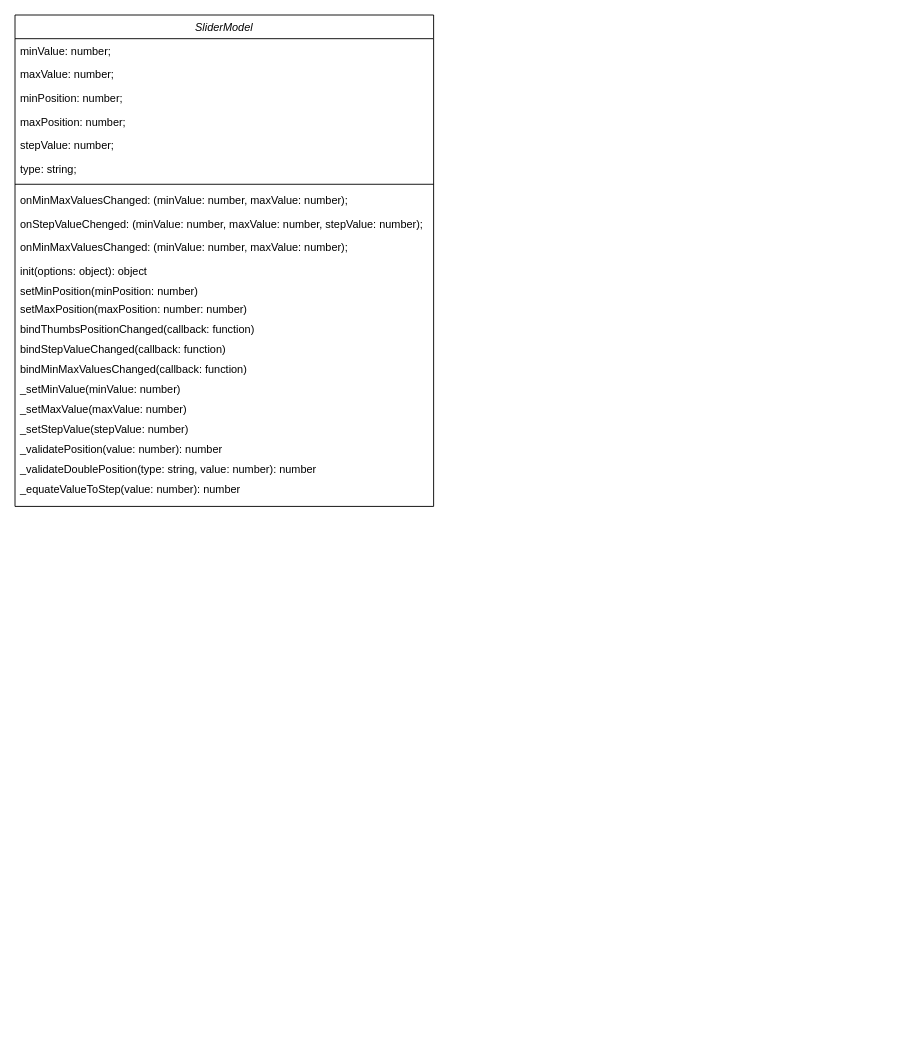
This is src/Uml.drawio from ZinMari/jq-range-slider, a draw.io file, before an edit. Source tidied: cells renumbered, new cells numbered last; positions are measured from the earlier drawing's top-left corner, leaving out a move shared by most shapes. Both pictures are drawn from the tidied source at 91%, with x=0, y=0 at pixel (15, 15).
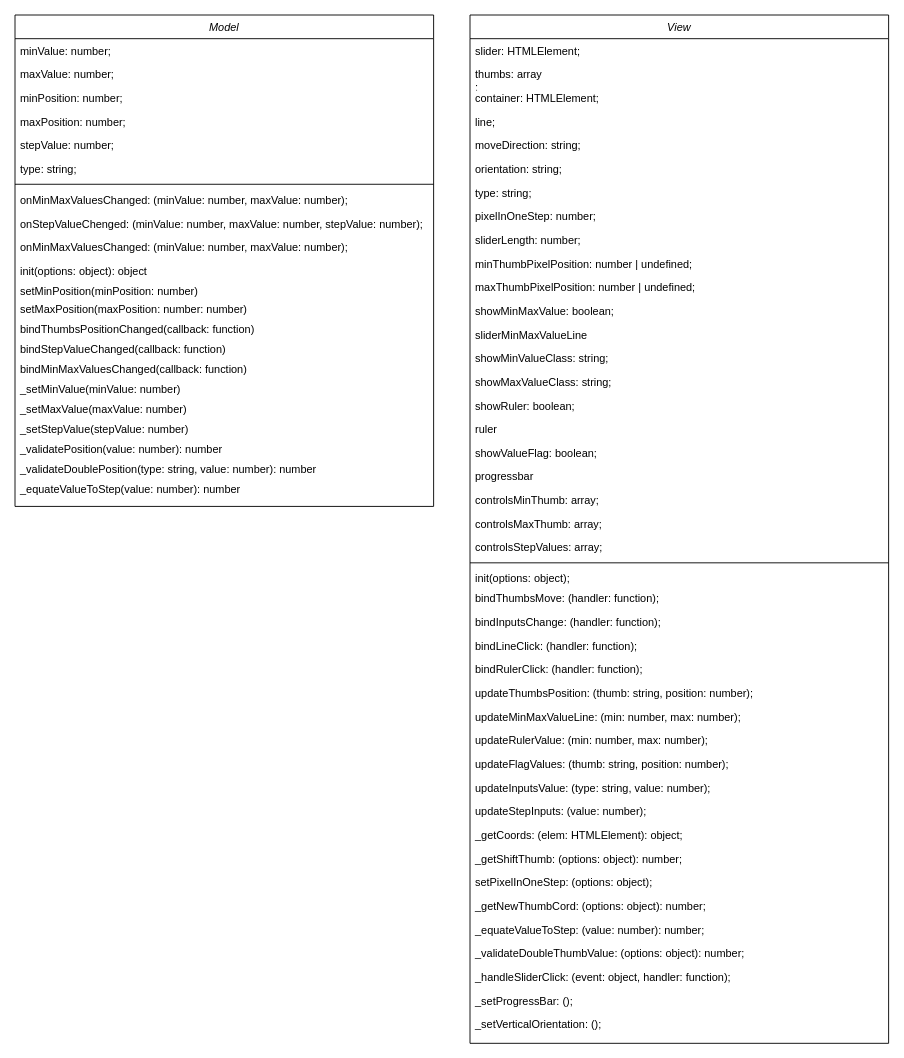
Above is the later version.

Commit message:
add View class to Uml

The edit, as a diff of the source:
```diff
@@
-    <mxCell id="2" value="SliderModel" style="swimlane;fontStyle=2;align=center;verticalAlign=top;horizontal=1;startSize=26;rounded=0;shadow=0;strokeWidth=1;" parent="1" vertex="1">
+    <mxCell id="2" value="Model" style="swimlane;fontStyle=2;align=center;verticalAlign=top;horizontal=1;startSize=26;rounded=0;shadow=0;strokeWidth=1;" parent="1" vertex="1">
       <mxGeometry width="460" height="540" as="geometry" />
     </mxCell>
@@
+    <mxCell id="25" value="View" style="swimlane;fontStyle=2;align=center;verticalAlign=top;horizontal=1;startSize=26;rounded=0;shadow=0;strokeWidth=1;" parent="1" vertex="1">
+      <mxGeometry x="500" width="460" height="1130" as="geometry" />
+    </mxCell>
+    <mxCell id="26" value="slider: HTMLElement;" style="text;align=left;verticalAlign=top;spacingLeft=4;spacingRight=4;overflow=hidden;rounded=0;shadow=0;html=0;" parent="25" vertex="1">
+      <mxGeometry y="26" width="460" height="26" as="geometry" />
+    </mxCell>
+    <mxCell id="27" value="thumbs: array&#10;;" style="text;align=left;verticalAlign=top;spacingLeft=4;spacingRight=4;overflow=hidden;rounded=0;shadow=0;html=0;" parent="25" vertex="1">
+      <mxGeometry y="52" width="460" height="26" as="geometry" />
+    </mxCell>
+    <mxCell id="28" value="container: HTMLElement;" style="text;align=left;verticalAlign=top;spacingLeft=4;spacingRight=4;overflow=hidden;" parent="25" vertex="1">
+      <mxGeometry y="78" width="460" height="26" as="geometry" />
+    </mxCell>
+    <mxCell id="29" value="line;" style="text;align=left;verticalAlign=top;spacingLeft=4;spacingRight=4;overflow=hidden;" parent="25" vertex="1">
+      <mxGeometry y="104" width="460" height="26" as="geometry" />
+    </mxCell>
+    <mxCell id="30" value="moveDirection: string;" style="text;align=left;verticalAlign=top;spacingLeft=4;spacingRight=4;overflow=hidden;rounded=0;shadow=0;html=0;" parent="25" vertex="1">
+      <mxGeometry y="130" width="460" height="26" as="geometry" />
+    </mxCell>
+    <mxCell id="31" value="orientation: string;" style="text;align=left;verticalAlign=top;spacingLeft=4;spacingRight=4;overflow=hidden;rounded=0;shadow=0;html=0;" parent="25" vertex="1">
+      <mxGeometry y="156" width="460" height="26" as="geometry" />
+    </mxCell>
+    <mxCell id="32" value="type: string;" style="text;align=left;verticalAlign=top;spacingLeft=4;spacingRight=4;overflow=hidden;rounded=0;shadow=0;html=0;" parent="25" vertex="1">
+      <mxGeometry y="182" width="460" height="26" as="geometry" />
+    </mxCell>
+    <mxCell id="33" value="pixelInOneStep: number;" style="text;align=left;verticalAlign=top;spacingLeft=4;spacingRight=4;overflow=hidden;rounded=0;shadow=0;html=0;" parent="25" vertex="1">
+      <mxGeometry y="208" width="460" height="26" as="geometry" />
+    </mxCell>
+    <mxCell id="34" value="sliderLength: number;" style="text;align=left;verticalAlign=top;spacingLeft=4;spacingRight=4;overflow=hidden;rounded=0;shadow=0;html=0;" parent="25" vertex="1">
+      <mxGeometry y="234" width="460" height="26" as="geometry" />
+    </mxCell>
+    <mxCell id="35" value="minThumbPixelPosition: number | undefined;" style="text;align=left;verticalAlign=top;spacingLeft=4;spacingRight=4;overflow=hidden;rounded=0;shadow=0;html=0;" parent="25" vertex="1">
+      <mxGeometry y="260" width="460" height="26" as="geometry" />
+    </mxCell>
+    <mxCell id="36" value="maxThumbPixelPosition: number | undefined;" style="text;align=left;verticalAlign=top;spacingLeft=4;spacingRight=4;overflow=hidden;rounded=0;shadow=0;html=0;" parent="25" vertex="1">
+      <mxGeometry y="286" width="460" height="26" as="geometry" />
+    </mxCell>
+    <mxCell id="37" value="showMinMaxValue: boolean;" style="text;align=left;verticalAlign=top;spacingLeft=4;spacingRight=4;overflow=hidden;rounded=0;shadow=0;html=0;" parent="25" vertex="1">
+      <mxGeometry y="312" width="460" height="26" as="geometry" />
+    </mxCell>
+    <mxCell id="38" value="sliderMinMaxValueLine" style="text;align=left;verticalAlign=top;spacingLeft=4;spacingRight=4;overflow=hidden;rounded=0;shadow=0;html=0;" parent="25" vertex="1">
+      <mxGeometry y="338" width="460" height="26" as="geometry" />
+    </mxCell>
+    <mxCell id="39" value="showMinValueClass: string;" style="text;align=left;verticalAlign=top;spacingLeft=4;spacingRight=4;overflow=hidden;rounded=0;shadow=0;html=0;" parent="25" vertex="1">
+      <mxGeometry y="364" width="460" height="26" as="geometry" />
+    </mxCell>
+    <mxCell id="40" value="showMaxValueClass: string;" style="text;align=left;verticalAlign=top;spacingLeft=4;spacingRight=4;overflow=hidden;rounded=0;shadow=0;html=0;" parent="25" vertex="1">
+      <mxGeometry y="390" width="460" height="26" as="geometry" />
+    </mxCell>
+    <mxCell id="41" value="showRuler: boolean;" style="text;align=left;verticalAlign=top;spacingLeft=4;spacingRight=4;overflow=hidden;rounded=0;shadow=0;html=0;" parent="25" vertex="1">
+      <mxGeometry y="416" width="460" height="26" as="geometry" />
+    </mxCell>
+    <mxCell id="42" value="ruler" style="text;align=left;verticalAlign=top;spacingLeft=4;spacingRight=4;overflow=hidden;rounded=0;shadow=0;html=0;" parent="25" vertex="1">
+      <mxGeometry y="442" width="460" height="26" as="geometry" />
+    </mxCell>
+    <mxCell id="43" value="showValueFlag: boolean;" style="text;align=left;verticalAlign=top;spacingLeft=4;spacingRight=4;overflow=hidden;rounded=0;shadow=0;html=0;" parent="25" vertex="1">
+      <mxGeometry y="468" width="460" height="26" as="geometry" />
+    </mxCell>
+    <mxCell id="44" value="progressbar" style="text;align=left;verticalAlign=top;spacingLeft=4;spacingRight=4;overflow=hidden;rounded=0;shadow=0;html=0;" parent="25" vertex="1">
+      <mxGeometry y="494" width="460" height="26" as="geometry" />
+    </mxCell>
+    <mxCell id="45" value="controlsMinThumb: array;" style="text;align=left;verticalAlign=top;spacingLeft=4;spacingRight=4;overflow=hidden;rounded=0;shadow=0;html=0;" parent="25" vertex="1">
+      <mxGeometry y="520" width="460" height="26" as="geometry" />
+    </mxCell>
+    <mxCell id="46" value="controlsMaxThumb: array;" style="text;align=left;verticalAlign=top;spacingLeft=4;spacingRight=4;overflow=hidden;rounded=0;shadow=0;html=0;" parent="25" vertex="1">
+      <mxGeometry y="546" width="460" height="26" as="geometry" />
+    </mxCell>
+    <mxCell id="47" value="controlsStepValues: array;" style="text;align=left;verticalAlign=top;spacingLeft=4;spacingRight=4;overflow=hidden;rounded=0;shadow=0;html=0;" parent="25" vertex="1">
+      <mxGeometry y="572" width="460" height="26" as="geometry" />
+    </mxCell>
+    <mxCell id="48" style="line;html=1;strokeWidth=1;align=left;verticalAlign=middle;spacingTop=-1;spacingLeft=3;spacingRight=3;labelPosition=right;" parent="25" vertex="1">
+      <mxGeometry y="598" width="460" height="8" as="geometry" />
+    </mxCell>
+    <mxCell id="49" value="init(options: object);" style="text;align=left;verticalAlign=top;spacingLeft=4;spacingRight=4;overflow=hidden;" parent="25" vertex="1">
+      <mxGeometry y="606" width="460" height="22" as="geometry" />
+    </mxCell>
+    <mxCell id="50" value="bindThumbsMove: (handler: function);" style="text;align=left;verticalAlign=top;spacingLeft=4;spacingRight=4;overflow=hidden;rounded=0;shadow=0;html=0;" parent="25" vertex="1">
+      <mxGeometry y="628" width="460" height="26" as="geometry" />
+    </mxCell>
+    <mxCell id="51" value="bindInputsChange: (handler: function);" style="text;align=left;verticalAlign=top;spacingLeft=4;spacingRight=4;overflow=hidden;rounded=0;shadow=0;html=0;" parent="25" vertex="1">
+      <mxGeometry y="654" width="460" height="26" as="geometry" />
+    </mxCell>
+    <mxCell id="52" value="bindLineClick: (handler: function);" style="text;align=left;verticalAlign=top;spacingLeft=4;spacingRight=4;overflow=hidden;rounded=0;shadow=0;html=0;" parent="25" vertex="1">
+      <mxGeometry y="680" width="460" height="26" as="geometry" />
+    </mxCell>
+    <mxCell id="53" value="bindRulerClick: (handler: function);" style="text;align=left;verticalAlign=top;spacingLeft=4;spacingRight=4;overflow=hidden;rounded=0;shadow=0;html=0;" parent="25" vertex="1">
+      <mxGeometry y="706" width="460" height="26" as="geometry" />
+    </mxCell>
+    <mxCell id="54" value="updateThumbsPosition: (thumb: string, position: number);" style="text;align=left;verticalAlign=top;spacingLeft=4;spacingRight=4;overflow=hidden;rounded=0;shadow=0;html=0;" parent="25" vertex="1">
+      <mxGeometry y="732" width="460" height="26" as="geometry" />
+    </mxCell>
+    <mxCell id="55" value="updateMinMaxValueLine: (min: number, max: number);" style="text;align=left;verticalAlign=top;spacingLeft=4;spacingRight=4;overflow=hidden;rounded=0;shadow=0;html=0;" parent="25" vertex="1">
+      <mxGeometry y="758" width="460" height="26" as="geometry" />
+    </mxCell>
+    <mxCell id="56" value="updateRulerValue: (min: number, max: number);" style="text;align=left;verticalAlign=top;spacingLeft=4;spacingRight=4;overflow=hidden;rounded=0;shadow=0;html=0;" parent="25" vertex="1">
+      <mxGeometry y="784" width="460" height="26" as="geometry" />
+    </mxCell>
+    <mxCell id="57" value="updateFlagValues: (thumb: string, position: number);" style="text;align=left;verticalAlign=top;spacingLeft=4;spacingRight=4;overflow=hidden;rounded=0;shadow=0;html=0;" parent="25" vertex="1">
+      <mxGeometry y="810" width="460" height="26" as="geometry" />
+    </mxCell>
+    <mxCell id="58" value="updateInputsValue: (type: string, value: number);" style="text;align=left;verticalAlign=top;spacingLeft=4;spacingRight=4;overflow=hidden;rounded=0;shadow=0;html=0;" parent="25" vertex="1">
+      <mxGeometry y="836" width="460" height="26" as="geometry" />
+    </mxCell>
+    <mxCell id="59" value="updateStepInputs: (value: number);" style="text;align=left;verticalAlign=top;spacingLeft=4;spacingRight=4;overflow=hidden;rounded=0;shadow=0;html=0;" parent="25" vertex="1">
+      <mxGeometry y="862" width="460" height="26" as="geometry" />
+    </mxCell>
+    <mxCell id="60" value="_getCoords: (elem: HTMLElement): object;" style="text;align=left;verticalAlign=top;spacingLeft=4;spacingRight=4;overflow=hidden;rounded=0;shadow=0;html=0;" parent="25" vertex="1">
+      <mxGeometry y="888" width="460" height="26" as="geometry" />
+    </mxCell>
+    <mxCell id="61" value="_getShiftThumb: (options: object): number;" style="text;align=left;verticalAlign=top;spacingLeft=4;spacingRight=4;overflow=hidden;rounded=0;shadow=0;html=0;" parent="25" vertex="1">
+      <mxGeometry y="914" width="460" height="26" as="geometry" />
+    </mxCell>
+    <mxCell id="62" value="setPixelInOneStep: (options: object);" style="text;align=left;verticalAlign=top;spacingLeft=4;spacingRight=4;overflow=hidden;rounded=0;shadow=0;html=0;" parent="25" vertex="1">
+      <mxGeometry y="940" width="460" height="26" as="geometry" />
+    </mxCell>
+    <mxCell id="63" value="_getNewThumbCord: (options: object): number;" style="text;align=left;verticalAlign=top;spacingLeft=4;spacingRight=4;overflow=hidden;rounded=0;shadow=0;html=0;" parent="25" vertex="1">
+      <mxGeometry y="966" width="460" height="26" as="geometry" />
+    </mxCell>
+    <mxCell id="64" value="_equateValueToStep: (value: number): number;" style="text;align=left;verticalAlign=top;spacingLeft=4;spacingRight=4;overflow=hidden;rounded=0;shadow=0;html=0;" parent="25" vertex="1">
+      <mxGeometry y="992" width="460" height="26" as="geometry" />
+    </mxCell>
+    <mxCell id="65" value="_validateDoubleThumbValue: (options: object): number;" style="text;align=left;verticalAlign=top;spacingLeft=4;spacingRight=4;overflow=hidden;rounded=0;shadow=0;html=0;" parent="25" vertex="1">
+      <mxGeometry y="1018" width="460" height="26" as="geometry" />
+    </mxCell>
+    <mxCell id="66" value="_handleSliderClick: (event: object, handler: function);" style="text;align=left;verticalAlign=top;spacingLeft=4;spacingRight=4;overflow=hidden;rounded=0;shadow=0;html=0;" parent="25" vertex="1">
+      <mxGeometry y="1044" width="460" height="26" as="geometry" />
+    </mxCell>
+    <mxCell id="67" value="_setProgressBar: ();" style="text;align=left;verticalAlign=top;spacingLeft=4;spacingRight=4;overflow=hidden;rounded=0;shadow=0;html=0;" parent="25" vertex="1">
+      <mxGeometry y="1070" width="460" height="26" as="geometry" />
+    </mxCell>
+    <mxCell id="68" value="_setVerticalOrientation: ();" style="text;align=left;verticalAlign=top;spacingLeft=4;spacingRight=4;overflow=hidden;rounded=0;shadow=0;html=0;" parent="25" vertex="1">
+      <mxGeometry y="1096" width="460" height="26" as="geometry" />
+    </mxCell>
```
